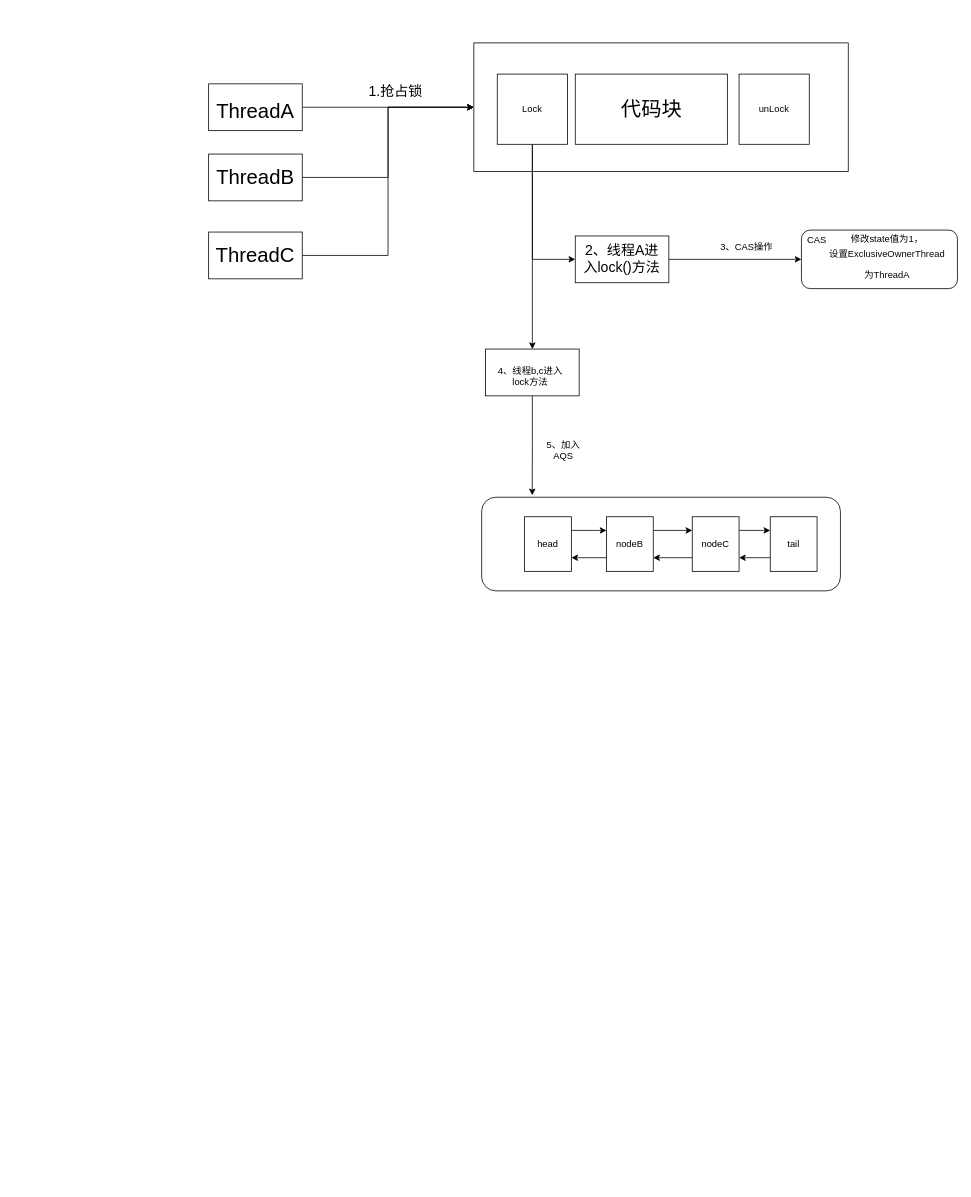
The draw.io diagram page "ReentrantLock流程图" (1 of 2) of 未命名绘图.drawio in ArnoWJH/gitRepository, before the edit. Source tidied: cells renumbered, new cells numbered last; positions are measured from the earlier drawing's top-left corner, leaving out a move shared by most shapes. Both pictures are drawn from the tidied source at 78%, with x=0, y=0 at pixel (208, 43).
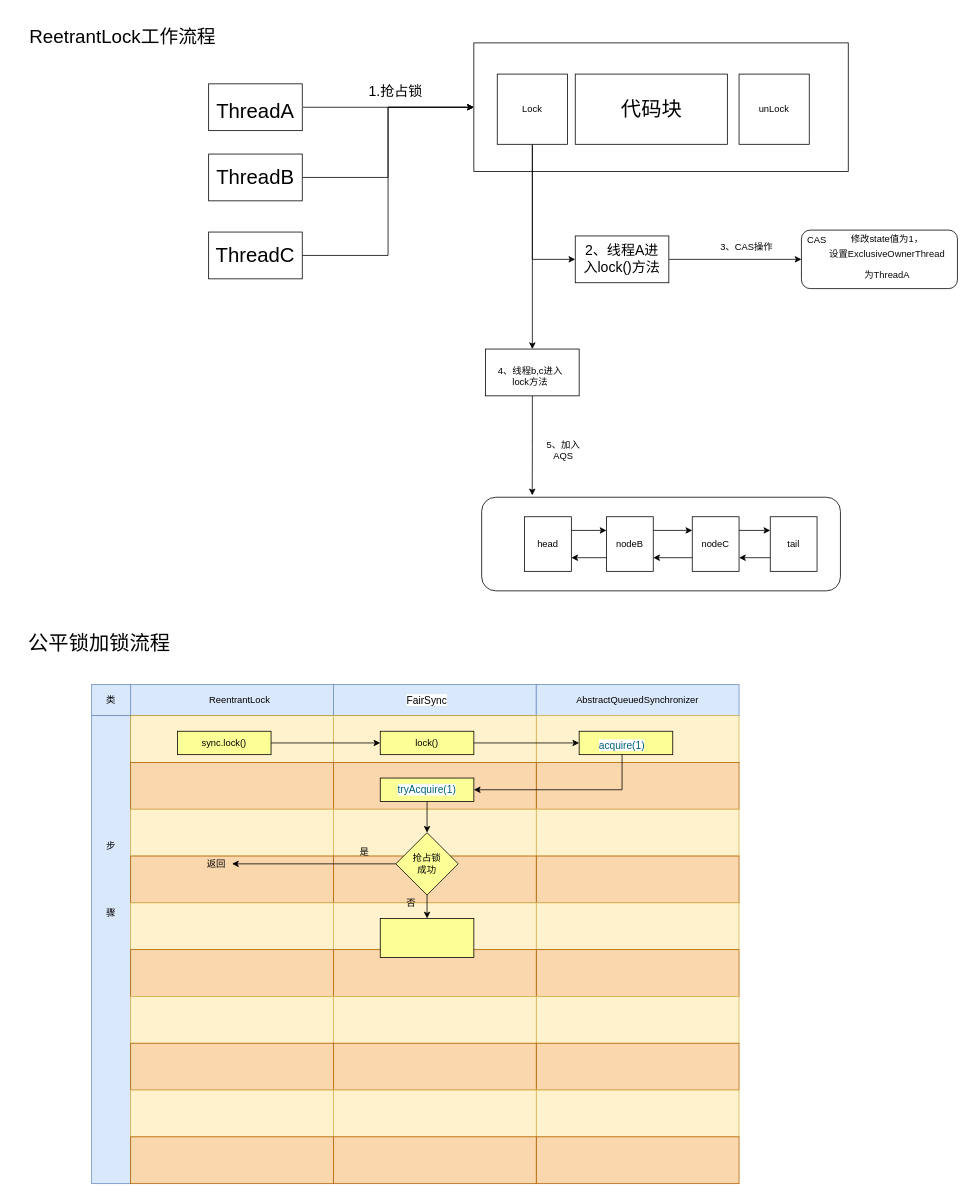
The same diagram, later.

The edit, as a diff of the source:
```diff
@@
+    <mxCell id="48" value="&lt;font style=&quot;font-size: 26px&quot;&gt;公平锁加锁流程&lt;/font&gt;" style="text;html=1;strokeColor=none;fillColor=none;align=center;verticalAlign=middle;whiteSpace=wrap;rounded=0;" parent="1" vertex="1">
+      <mxGeometry x="-250" y="759" width="220" height="20" as="geometry" />
+    </mxCell>
+    <mxCell id="49" value="&lt;font style=&quot;font-size: 24px&quot;&gt;ReetrantLock工作流程&lt;/font&gt;" style="text;html=1;strokeColor=none;fillColor=none;align=center;verticalAlign=middle;whiteSpace=wrap;rounded=0;" parent="1" vertex="1">
+      <mxGeometry x="-250" y="-38" width="280" height="60" as="geometry" />
+    </mxCell>
+    <mxCell id="50" style="rounded=0;whiteSpace=wrap;html=1;fillColor=#dae8fc;strokeColor=#6c8ebf;" parent="1" vertex="1">
+      <mxGeometry x="-100" y="822" width="260" height="40" as="geometry" />
+    </mxCell>
+    <mxCell id="51" style="rounded=0;whiteSpace=wrap;html=1;fillColor=#dae8fc;strokeColor=#6c8ebf;" parent="1" vertex="1">
+      <mxGeometry x="160" y="822" width="260" height="40" as="geometry" />
+    </mxCell>
+    <mxCell id="52" style="rounded=0;whiteSpace=wrap;html=1;fillColor=#dae8fc;strokeColor=#6c8ebf;" parent="1" vertex="1">
+      <mxGeometry x="420" y="822" width="260" height="40" as="geometry" />
+    </mxCell>
+    <mxCell id="53" style="rounded=0;whiteSpace=wrap;html=1;fillColor=#dae8fc;strokeColor=#6c8ebf;" parent="1" vertex="1">
+      <mxGeometry x="-150" y="822" width="50" height="40" as="geometry" />
+    </mxCell>
+    <mxCell id="54" style="rounded=0;whiteSpace=wrap;html=1;fillColor=#dae8fc;strokeColor=#6c8ebf;" parent="1" vertex="1">
+      <mxGeometry x="-150" y="862" width="50" height="600" as="geometry" />
+    </mxCell>
+    <mxCell id="55" value="类" style="text;html=1;strokeColor=none;fillColor=none;align=center;verticalAlign=middle;whiteSpace=wrap;rounded=0;" parent="1" vertex="1">
+      <mxGeometry x="-145" y="832" width="40" height="20" as="geometry" />
+    </mxCell>
+    <mxCell id="56" value="步&lt;br&gt;&lt;br&gt;&lt;br&gt;&lt;br&gt;&lt;br&gt;&lt;br&gt;骤" style="text;html=1;strokeColor=none;fillColor=none;align=center;verticalAlign=middle;whiteSpace=wrap;rounded=0;" parent="1" vertex="1">
+      <mxGeometry x="-145" y="1062" width="40" height="20" as="geometry" />
+    </mxCell>
+    <mxCell id="57" value="ReentrantLock" style="text;html=1;strokeColor=none;fillColor=none;align=center;verticalAlign=middle;whiteSpace=wrap;rounded=0;" parent="1" vertex="1">
+      <mxGeometry x="-10" y="832" width="100" height="20" as="geometry" />
+    </mxCell>
+    <mxCell id="58" style="rounded=0;whiteSpace=wrap;html=1;" parent="1" vertex="1">
+      <mxGeometry x="-100" y="862" width="260" height="60" as="geometry" />
+    </mxCell>
+    <mxCell id="59" style="rounded=0;whiteSpace=wrap;html=1;" parent="1" vertex="1">
+      <mxGeometry x="160" y="862" width="260" height="60" as="geometry" />
+    </mxCell>
+    <mxCell id="60" style="rounded=0;whiteSpace=wrap;html=1;fillColor=#fff2cc;strokeColor=#d6b656;" parent="1" vertex="1">
+      <mxGeometry x="420" y="862" width="260" height="60" as="geometry" />
+    </mxCell>
+    <mxCell id="61" style="rounded=0;whiteSpace=wrap;html=1;fillColor=#fff2cc;strokeColor=#d6b656;" parent="1" vertex="1">
+      <mxGeometry x="-100" y="862" width="260" height="60" as="geometry" />
+    </mxCell>
+    <mxCell id="62" style="rounded=0;whiteSpace=wrap;html=1;fillColor=#fff2cc;strokeColor=#d6b656;" parent="1" vertex="1">
+      <mxGeometry x="160" y="862" width="260" height="60" as="geometry" />
+    </mxCell>
+    <mxCell id="63" style="rounded=0;whiteSpace=wrap;html=1;strokeColor=#b46504;fillColor=#fad7ac;" parent="1" vertex="1">
+      <mxGeometry x="420" y="922" width="260" height="60" as="geometry" />
+    </mxCell>
+    <mxCell id="64" style="rounded=0;whiteSpace=wrap;html=1;strokeColor=#b46504;fillColor=#fad7ac;" parent="1" vertex="1">
+      <mxGeometry x="-100" y="922" width="260" height="60" as="geometry" />
+    </mxCell>
+    <mxCell id="65" style="rounded=0;whiteSpace=wrap;html=1;strokeColor=#b46504;fillColor=#fad7ac;" parent="1" vertex="1">
+      <mxGeometry x="160" y="922" width="260" height="60" as="geometry" />
+    </mxCell>
+    <mxCell id="66" style="rounded=0;whiteSpace=wrap;html=1;fillColor=#fff2cc;strokeColor=#d6b656;" parent="1" vertex="1">
+      <mxGeometry x="420" y="982" width="260" height="60" as="geometry" />
+    </mxCell>
+    <mxCell id="67" style="rounded=0;whiteSpace=wrap;html=1;fillColor=#fff2cc;strokeColor=#d6b656;" parent="1" vertex="1">
+      <mxGeometry x="-100" y="982" width="260" height="60" as="geometry" />
+    </mxCell>
+    <mxCell id="68" style="rounded=0;whiteSpace=wrap;html=1;fillColor=#fff2cc;strokeColor=#d6b656;" parent="1" vertex="1">
+      <mxGeometry x="160" y="982" width="260" height="60" as="geometry" />
+    </mxCell>
+    <mxCell id="69" style="rounded=0;whiteSpace=wrap;html=1;strokeColor=#b46504;fillColor=#fad7ac;" parent="1" vertex="1">
+      <mxGeometry x="420" y="1042" width="260" height="60" as="geometry" />
+    </mxCell>
+    <mxCell id="70" style="rounded=0;whiteSpace=wrap;html=1;strokeColor=#b46504;fillColor=#fad7ac;" parent="1" vertex="1">
+      <mxGeometry x="-100" y="1042" width="260" height="60" as="geometry" />
+    </mxCell>
+    <mxCell id="71" style="rounded=0;whiteSpace=wrap;html=1;strokeColor=#b46504;fillColor=#fad7ac;" parent="1" vertex="1">
+      <mxGeometry x="160" y="1042" width="260" height="60" as="geometry" />
+    </mxCell>
+    <mxCell id="72" style="rounded=0;whiteSpace=wrap;html=1;fillColor=#fff2cc;strokeColor=#d6b656;" parent="1" vertex="1">
+      <mxGeometry x="420" y="1102" width="260" height="60" as="geometry" />
+    </mxCell>
+    <mxCell id="73" style="rounded=0;whiteSpace=wrap;html=1;fillColor=#fff2cc;strokeColor=#d6b656;" parent="1" vertex="1">
+      <mxGeometry x="-100" y="1102" width="260" height="60" as="geometry" />
+    </mxCell>
+    <mxCell id="74" style="rounded=0;whiteSpace=wrap;html=1;fillColor=#fff2cc;strokeColor=#d6b656;" parent="1" vertex="1">
+      <mxGeometry x="160" y="1102" width="260" height="60" as="geometry" />
+    </mxCell>
+    <mxCell id="75" style="rounded=0;whiteSpace=wrap;html=1;strokeColor=#b46504;fillColor=#fad7ac;" parent="1" vertex="1">
+      <mxGeometry x="420" y="1162" width="260" height="60" as="geometry" />
+    </mxCell>
+    <mxCell id="76" style="rounded=0;whiteSpace=wrap;html=1;strokeColor=#b46504;fillColor=#fad7ac;" parent="1" vertex="1">
+      <mxGeometry x="-100" y="1162" width="260" height="60" as="geometry" />
+    </mxCell>
+    <mxCell id="77" style="rounded=0;whiteSpace=wrap;html=1;strokeColor=#b46504;fillColor=#fad7ac;" parent="1" vertex="1">
+      <mxGeometry x="160" y="1162" width="260" height="60" as="geometry" />
+    </mxCell>
+    <mxCell id="78" style="rounded=0;whiteSpace=wrap;html=1;fillColor=#fff2cc;strokeColor=#d6b656;" parent="1" vertex="1">
+      <mxGeometry x="420" y="1222" width="260" height="60" as="geometry" />
+    </mxCell>
+    <mxCell id="79" style="rounded=0;whiteSpace=wrap;html=1;fillColor=#fff2cc;strokeColor=#d6b656;" parent="1" vertex="1">
+      <mxGeometry x="-100" y="1222" width="260" height="60" as="geometry" />
+    </mxCell>
+    <mxCell id="80" style="rounded=0;whiteSpace=wrap;html=1;fillColor=#fff2cc;strokeColor=#d6b656;" parent="1" vertex="1">
+      <mxGeometry x="160" y="1222" width="260" height="60" as="geometry" />
+    </mxCell>
+    <mxCell id="81" style="rounded=0;whiteSpace=wrap;html=1;strokeColor=#b46504;fillColor=#fad7ac;" parent="1" vertex="1">
+      <mxGeometry x="420" y="1282" width="260" height="60" as="geometry" />
+    </mxCell>
+    <mxCell id="82" style="rounded=0;whiteSpace=wrap;html=1;strokeColor=#b46504;fillColor=#fad7ac;" parent="1" vertex="1">
+      <mxGeometry x="-100" y="1282" width="260" height="60" as="geometry" />
+    </mxCell>
+    <mxCell id="83" style="rounded=0;whiteSpace=wrap;html=1;strokeColor=#b46504;fillColor=#fad7ac;" parent="1" vertex="1">
+      <mxGeometry x="160" y="1282" width="260" height="60" as="geometry" />
+    </mxCell>
+    <mxCell id="84" style="rounded=0;whiteSpace=wrap;html=1;fillColor=#fff2cc;strokeColor=#d6b656;" parent="1" vertex="1">
+      <mxGeometry x="420" y="1342" width="260" height="60" as="geometry" />
+    </mxCell>
+    <mxCell id="85" style="rounded=0;whiteSpace=wrap;html=1;fillColor=#fff2cc;strokeColor=#d6b656;" parent="1" vertex="1">
+      <mxGeometry x="-100" y="1342" width="260" height="60" as="geometry" />
+    </mxCell>
+    <mxCell id="86" style="rounded=0;whiteSpace=wrap;html=1;fillColor=#fff2cc;strokeColor=#d6b656;" parent="1" vertex="1">
+      <mxGeometry x="160" y="1342" width="260" height="60" as="geometry" />
+    </mxCell>
+    <mxCell id="87" style="rounded=0;whiteSpace=wrap;html=1;strokeColor=#b46504;fillColor=#fad7ac;" parent="1" vertex="1">
+      <mxGeometry x="420" y="1402" width="260" height="60" as="geometry" />
+    </mxCell>
+    <mxCell id="88" style="rounded=0;whiteSpace=wrap;html=1;strokeColor=#b46504;fillColor=#fad7ac;" parent="1" vertex="1">
+      <mxGeometry x="-100" y="1402" width="260" height="60" as="geometry" />
+    </mxCell>
+    <mxCell id="89" style="rounded=0;whiteSpace=wrap;html=1;strokeColor=#b46504;fillColor=#fad7ac;" parent="1" vertex="1">
+      <mxGeometry x="160" y="1402" width="260" height="60" as="geometry" />
+    </mxCell>
+    <mxCell id="90" style="edgeStyle=orthogonalEdgeStyle;rounded=0;jettySize=auto;html=1;exitX=1;exitY=0.5;exitDx=0;exitDy=0;entryX=0;entryY=0.5;entryDx=0;entryDy=0;" parent="1" edge="1" source="91" target="95">
+      <mxGeometry relative="1" as="geometry" />
+    </mxCell>
+    <mxCell id="91" style="rounded=0;whiteSpace=wrap;html=1;fillColor=#FCFF96;" parent="1" vertex="1">
+      <mxGeometry x="-40" y="882" width="120" height="30" as="geometry" />
+    </mxCell>
+    <mxCell id="92" value="sync.lock()" style="text;html=1;strokeColor=none;fillColor=none;align=center;verticalAlign=middle;whiteSpace=wrap;rounded=0;" parent="1" vertex="1">
+      <mxGeometry x="-20" y="887" width="80" height="20" as="geometry" />
+    </mxCell>
+    <mxCell id="93" value="&lt;pre style=&quot;background-color: #ffffff ; color: #080808 ; font-family: &amp;#34;jetbrains mono&amp;#34; ; font-size: 9.8pt&quot;&gt;&lt;span style=&quot;color: #000000&quot;&gt;FairSync&lt;/span&gt;&lt;/pre&gt;" style="text;html=1;strokeColor=none;fillColor=none;align=center;verticalAlign=middle;whiteSpace=wrap;rounded=0;" parent="1" vertex="1">
+      <mxGeometry x="240" y="832" width="80" height="20" as="geometry" />
+    </mxCell>
+    <mxCell id="94" style="edgeStyle=orthogonalEdgeStyle;rounded=0;jettySize=auto;html=1;exitX=1;exitY=0.5;exitDx=0;exitDy=0;entryX=0;entryY=0.5;entryDx=0;entryDy=0;" parent="1" edge="1" source="95" target="98">
+      <mxGeometry relative="1" as="geometry" />
+    </mxCell>
+    <mxCell id="95" style="rounded=0;whiteSpace=wrap;html=1;fillColor=#FCFF96;" parent="1" vertex="1">
+      <mxGeometry x="220" y="882" width="120" height="30" as="geometry" />
+    </mxCell>
+    <mxCell id="96" value="lock()" style="text;html=1;strokeColor=none;fillColor=none;align=center;verticalAlign=middle;whiteSpace=wrap;rounded=0;" parent="1" vertex="1">
+      <mxGeometry x="260" y="887" width="40" height="20" as="geometry" />
+    </mxCell>
+    <mxCell id="97" value="AbstractQueuedSynchronizer" style="text;html=1;strokeColor=none;fillColor=none;align=center;verticalAlign=middle;whiteSpace=wrap;rounded=0;" parent="1" vertex="1">
+      <mxGeometry x="530" y="832" width="40" height="20" as="geometry" />
+    </mxCell>
+    <mxCell id="98" style="rounded=0;whiteSpace=wrap;html=1;fillColor=#FCFF96;" parent="1" vertex="1">
+      <mxGeometry x="475" y="882" width="120" height="30" as="geometry" />
+    </mxCell>
+    <mxCell id="99" style="edgeStyle=orthogonalEdgeStyle;rounded=0;jettySize=auto;html=1;exitX=0.5;exitY=1;exitDx=0;exitDy=0;entryX=1;entryY=0.5;entryDx=0;entryDy=0;" parent="1" edge="1" source="100" target="102">
+      <mxGeometry relative="1" as="geometry" />
+    </mxCell>
+    <mxCell id="100" value="&lt;pre style=&quot;background-color: #ffffff ; color: #080808 ; font-family: &amp;#34;jetbrains mono&amp;#34; ; font-size: 9.8pt&quot;&gt;&lt;span style=&quot;color: #00627a&quot;&gt;acquire(1)&lt;/span&gt;&lt;/pre&gt;" style="text;html=1;strokeColor=none;fillColor=none;align=center;verticalAlign=middle;whiteSpace=wrap;rounded=0;" parent="1" vertex="1">
+      <mxGeometry x="500" y="887" width="60" height="25" as="geometry" />
+    </mxCell>
+    <mxCell id="101" style="edgeStyle=orthogonalEdgeStyle;rounded=0;jettySize=auto;html=1;exitX=0.5;exitY=1;exitDx=0;exitDy=0;entryX=0.5;entryY=0;entryDx=0;entryDy=0;" parent="1" edge="1" source="102" target="105">
+      <mxGeometry relative="1" as="geometry" />
+    </mxCell>
+    <mxCell id="102" value="&lt;pre style=&quot;background-color: #ffffff ; color: #080808 ; font-family: &amp;#34;jetbrains mono&amp;#34; ; font-size: 9.8pt&quot;&gt;&lt;span style=&quot;color: #00627a&quot;&gt;tryAcquire(1)&lt;/span&gt;&lt;/pre&gt;" style="rounded=0;whiteSpace=wrap;html=1;fillColor=#FCFF96;" parent="1" vertex="1">
+      <mxGeometry x="220" y="942" width="120" height="30" as="geometry" />
+    </mxCell>
+    <mxCell id="103" style="edgeStyle=orthogonalEdgeStyle;rounded=0;jettySize=auto;html=1;exitX=0;exitY=0.5;exitDx=0;exitDy=0;entryX=1;entryY=0.5;entryDx=0;entryDy=0;" parent="1" edge="1" source="105" target="107">
+      <mxGeometry relative="1" as="geometry" />
+    </mxCell>
+    <mxCell id="104" style="edgeStyle=orthogonalEdgeStyle;rounded=0;jettySize=auto;html=1;exitX=0.5;exitY=1;exitDx=0;exitDy=0;entryX=0.5;entryY=0;entryDx=0;entryDy=0;" parent="1" edge="1" source="105" target="109">
+      <mxGeometry relative="1" as="geometry" />
+    </mxCell>
+    <mxCell id="105" style="rhombus;whiteSpace=wrap;html=1;fillColor=#FCFF96;" parent="1" vertex="1">
+      <mxGeometry x="240" y="1012" width="80" height="80" as="geometry" />
+    </mxCell>
+    <mxCell id="106" value="抢占锁成功" style="text;html=1;strokeColor=none;fillColor=none;align=center;verticalAlign=middle;whiteSpace=wrap;rounded=0;" parent="1" vertex="1">
+      <mxGeometry x="260" y="1042" width="40" height="20" as="geometry" />
+    </mxCell>
+    <mxCell id="107" value="返回" style="text;html=1;strokeColor=none;fillColor=none;align=center;verticalAlign=middle;whiteSpace=wrap;rounded=0;" parent="1" vertex="1">
+      <mxGeometry x="-10" y="1042" width="40" height="20" as="geometry" />
+    </mxCell>
+    <mxCell id="108" value="是" style="text;html=1;strokeColor=none;fillColor=none;align=center;verticalAlign=middle;whiteSpace=wrap;rounded=0;" parent="1" vertex="1">
+      <mxGeometry x="180" y="1022" width="40" height="30" as="geometry" />
+    </mxCell>
+    <mxCell id="109" style="rounded=0;whiteSpace=wrap;html=1;fillColor=#FCFF96;" parent="1" vertex="1">
+      <mxGeometry x="220" y="1122" width="120" height="50" as="geometry" />
+    </mxCell>
+    <mxCell id="110" value="否" style="text;html=1;strokeColor=none;fillColor=none;align=center;verticalAlign=middle;whiteSpace=wrap;rounded=0;" parent="1" vertex="1">
+      <mxGeometry x="240" y="1092" width="40" height="20" as="geometry" />
+    </mxCell>
```
